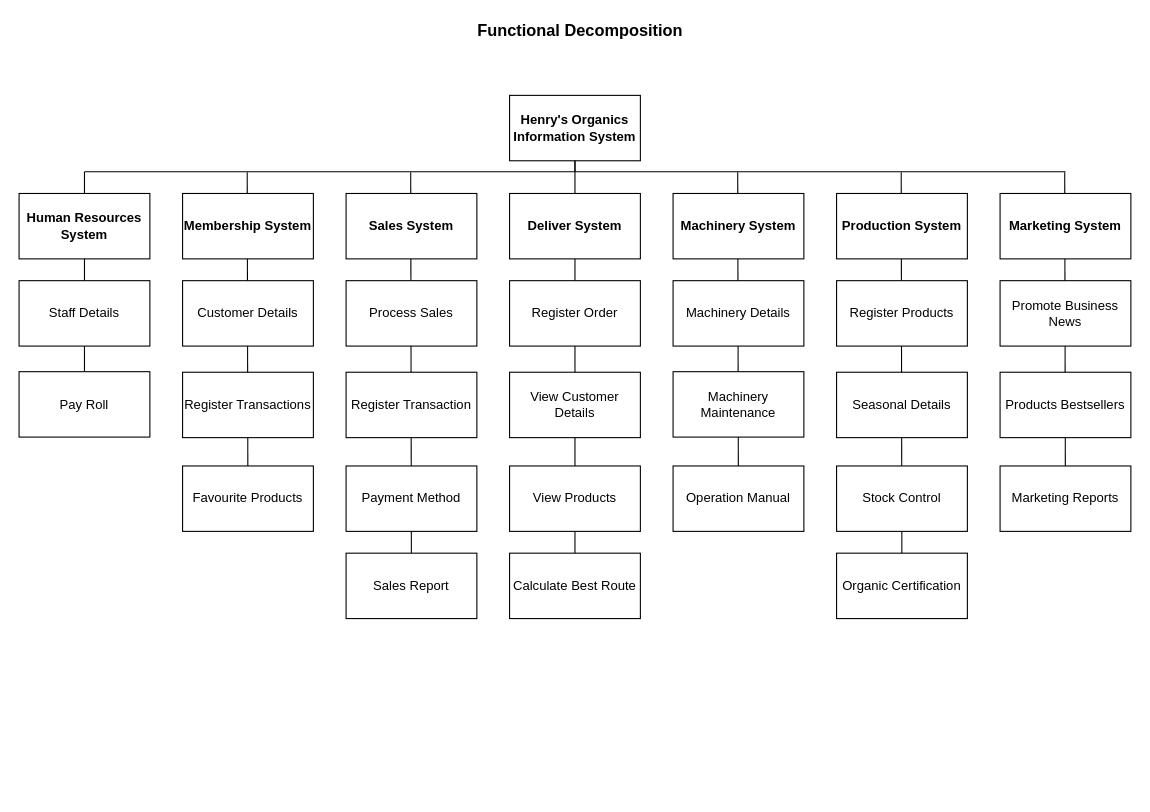
auauwolff/MITDesign keeps this draw.io diagram as page "Page-1" (1 of 2) of Untitled Diagram.drawio. Above is the earlier version. Source tidied: cells renumbered, new cells numbered last; positions are measured from the earlier drawing's top-left corner, leaving out a move shared by most shapes. Both pictures are drawn from the tidied source at 109%, with x=0, y=0 at pixel (19, 19). Pictures stored in the file or linked from it are replaced by grey dashed boxes.
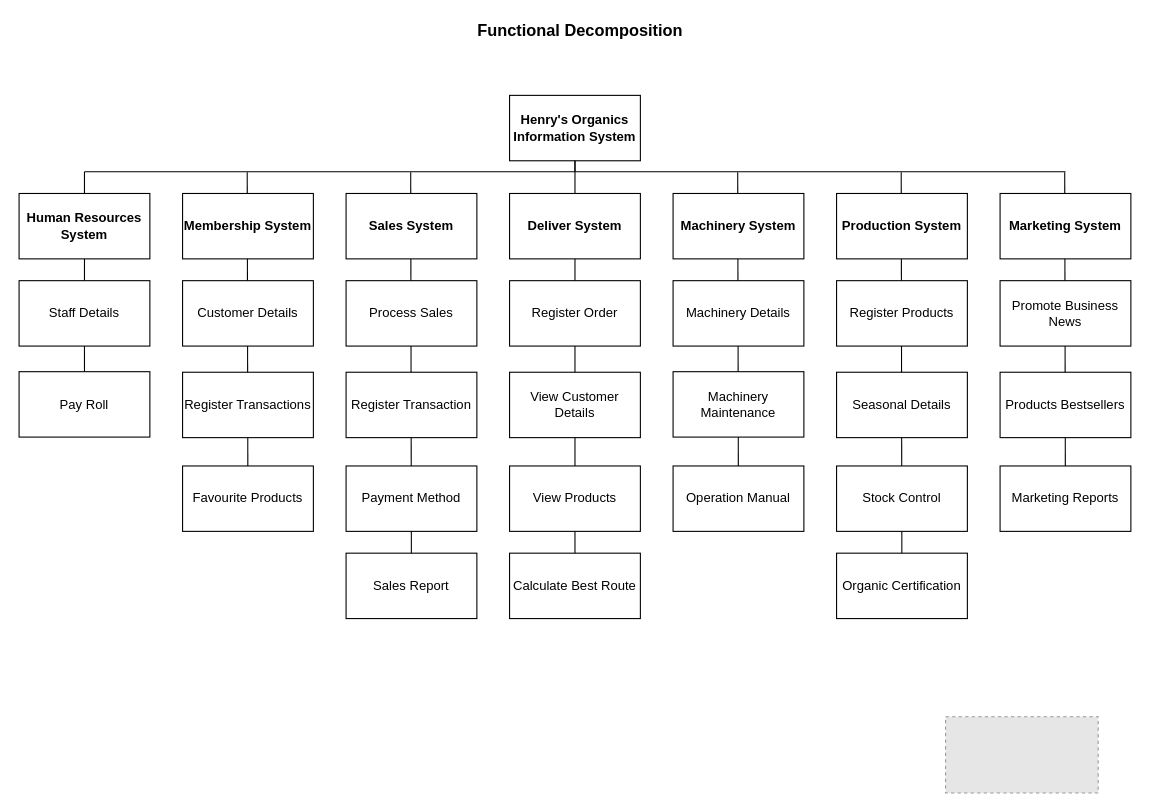
Above is the later version.

Change to the diagram source:
```diff
@@
+    <mxCell id="43" style="fillColor=#E6E6E6;strokeColor=#999999;dashed=1;verticalLabelPosition=bottom;labelBackgroundColor=#ffffff;verticalAlign=top;" parent="1" vertex="1">
+      <mxGeometry x="850" y="640" width="140" height="70" as="geometry" />
+    </mxCell>
```
